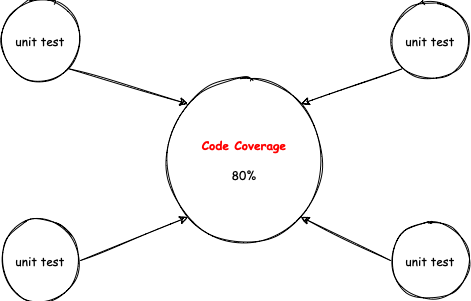
Earlier version of the draw.io export Javascript Diagram2.drawio.png (chankamlam/demo). Source tidied: cells renumbered, new cells last; positions are measured from the earlier drawing's top-left corner, leaving out a move shared by most shapes.
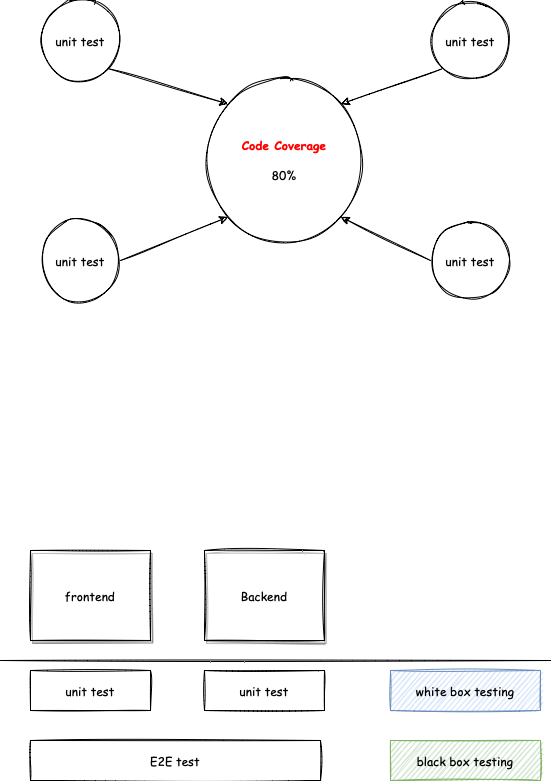
Later version of the same file.

The edit, as a diff of the source:
```diff
@@ -29,5 +29,32 @@
     <mxCell id="10" style="endArrow=classic;html=1;rounded=0;fontFamily=Comic Sans MS;exitX=0;exitY=0.5;exitDx=0;exitDy=0;entryX=1;entryY=1;entryDx=0;entryDy=0;sketch=1;" parent="1" edge="1" source="6" target="2">
       <mxGeometry relative="1" as="geometry" />
     </mxCell>
+    <mxCell id="11" value="frontend" style="rounded=0;whiteSpace=wrap;html=1;sketch=1;fontFamily=Comic Sans MS;fontColor=#000000;shadow=1;" parent="1" vertex="1">
+      <mxGeometry x="-10" y="550" width="120" height="90" as="geometry" />
+    </mxCell>
+    <mxCell id="12" value="Backend" style="rounded=0;whiteSpace=wrap;html=1;sketch=1;fontFamily=Comic Sans MS;fontColor=#000000;glass=0;shadow=1;" parent="1" vertex="1">
+      <mxGeometry x="164" y="550" width="120" height="90" as="geometry" />
+    </mxCell>
+    <mxCell id="13" value="unit test" style="rounded=0;whiteSpace=wrap;html=1;sketch=1;fontFamily=Comic Sans MS;fontColor=#000000;" parent="1" vertex="1">
+      <mxGeometry x="-10" y="670" width="120" height="40" as="geometry" />
+    </mxCell>
+    <mxCell id="14" value="unit test" style="rounded=0;whiteSpace=wrap;html=1;sketch=1;fontFamily=Comic Sans MS;fontColor=#000000;" parent="1" vertex="1">
+      <mxGeometry x="164" y="670" width="120" height="40" as="geometry" />
+    </mxCell>
+    <mxCell id="15" value="E2E test" style="rounded=0;whiteSpace=wrap;html=1;sketch=1;fontFamily=Comic Sans MS;fontColor=#000000;" parent="1" vertex="1">
+      <mxGeometry x="-10" y="740" width="290" height="40" as="geometry" />
+    </mxCell>
+    <mxCell id="16" value="white box testing" style="rounded=0;whiteSpace=wrap;html=1;sketch=1;fontFamily=Comic Sans MS;fillColor=#dae8fc;strokeColor=#6c8ebf;shadow=0;" parent="1" vertex="1">
+      <mxGeometry x="350" y="670" width="150" height="40" as="geometry" />
+    </mxCell>
+    <mxCell id="17" value="black box testing" style="rounded=0;whiteSpace=wrap;html=1;sketch=1;fontFamily=Comic Sans MS;fillColor=#d5e8d4;strokeColor=#82b366;shadow=0;" parent="1" vertex="1">
+      <mxGeometry x="350" y="740" width="150" height="40" as="geometry" />
+    </mxCell>
+    <mxCell id="18" style="endArrow=none;html=1;rounded=0;sketch=1;fontFamily=Comic Sans MS;fontColor=#000000;" parent="1" edge="1">
+      <mxGeometry relative="1" as="geometry">
+        <mxPoint x="-40" y="660" as="sourcePoint" />
+        <mxPoint x="510" y="660" as="targetPoint" />
+      </mxGeometry>
+    </mxCell>
   </root>
 </mxGraphModel>
```
